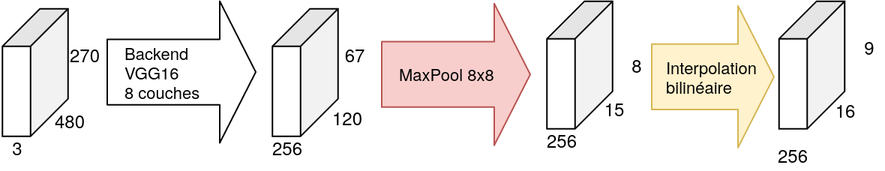
Earlier version of the draw.io export rapport/images/Architecture_Vgg16BackendAutoencoder.png (mamaheux/CuriousNetwork). Source tidied: cells renumbered, new cells last; positions are measured from the earlier drawing's top-left corner, leaving out a move shared by most shapes. The source it was exported from:
```xml
<mxGraphModel>
  <root>
    <mxCell id="0" />
    <mxCell id="1" parent="0" />
    <mxCell id="2" value="&lt;div&gt;Backend&lt;/div&gt;&lt;div&gt;VGG16&lt;br&gt;8 couches&lt;br&gt;&lt;/div&gt;" style="shape=flexArrow;endArrow=classic;html=1;width=43.61111111111111;endSize=7.666666666666667;endWidth=49.83024691358025;labelPosition=left;verticalLabelPosition=middle;align=left;verticalAlign=middle;labelBackgroundColor=none;" parent="1" edge="1">
      <mxGeometry x="-0.8" relative="1" as="geometry">
        <mxPoint x="90.5" y="26.5" as="sourcePoint" />
        <mxPoint x="190.5" y="26.5" as="targetPoint" />
      </mxGeometry>
    </mxCell>
    <mxCell id="3" style="shape=cube;whiteSpace=wrap;html=1;boundedLbl=1;backgroundOutline=1;darkOpacity=0.05;darkOpacity2=0.1;size=25;rotation=90;" parent="1" vertex="1">
      <mxGeometry x="0.5" y="5" width="85" height="43.8" as="geometry" />
    </mxCell>
    <mxCell id="4" value="&lt;div&gt;3&lt;/div&gt;" style="text;html=1;align=center;verticalAlign=middle;" parent="1" vertex="1">
      <mxGeometry x="20.5" y="66.9" width="20" height="20" as="geometry" />
    </mxCell>
    <mxCell id="5" value="480" style="text;html=1;align=center;verticalAlign=middle;" parent="1" vertex="1">
      <mxGeometry x="45.5" y="48.8" width="40" height="20" as="geometry" />
    </mxCell>
    <mxCell id="6" value="270" style="text;html=1;align=center;verticalAlign=middle;" parent="1" vertex="1">
      <mxGeometry x="55.5" y="5" width="40" height="20" as="geometry" />
    </mxCell>
    <mxCell id="7" style="shape=cube;whiteSpace=wrap;html=1;boundedLbl=1;backgroundOutline=1;darkOpacity=0.05;darkOpacity2=0.1;size=25;rotation=90;" parent="1" vertex="1">
      <mxGeometry x="180.5" y="5" width="85" height="43.8" as="geometry" />
    </mxCell>
    <mxCell id="8" value="256" style="text;html=1;align=center;verticalAlign=middle;" parent="1" vertex="1">
      <mxGeometry x="190.5" y="66.9" width="40" height="20" as="geometry" />
    </mxCell>
    <mxCell id="9" value="120" style="text;html=1;align=center;verticalAlign=middle;" parent="1" vertex="1">
      <mxGeometry x="230.5" y="46.9" width="40" height="20" as="geometry" />
    </mxCell>
    <mxCell id="10" value="67" style="text;html=1;align=center;verticalAlign=middle;" parent="1" vertex="1">
      <mxGeometry x="240.5" y="5" width="30" height="20" as="geometry" />
    </mxCell>
    <mxCell id="11" value="MaxPool 8x8" style="shape=flexArrow;endArrow=classic;html=1;width=43.61111111111111;endSize=7.666666666666667;endWidth=49.83024691358025;labelPosition=left;verticalLabelPosition=middle;align=left;verticalAlign=middle;fillColor=#f8cecc;strokeColor=#b85450;labelBackgroundColor=none;" parent="1" edge="1">
      <mxGeometry x="-0.8" relative="1" as="geometry">
        <mxPoint x="273.5" y="28.1" as="sourcePoint" />
        <mxPoint x="373.5" y="28.1" as="targetPoint" />
      </mxGeometry>
    </mxCell>
    <mxCell id="12" style="shape=cube;whiteSpace=wrap;html=1;boundedLbl=1;backgroundOutline=1;darkOpacity=0.05;darkOpacity2=0.1;size=25;rotation=90;" parent="1" vertex="1">
      <mxGeometry x="363.5" width="85" height="43.8" as="geometry" />
    </mxCell>
    <mxCell id="13" value="256" style="text;html=1;align=center;verticalAlign=middle;" parent="1" vertex="1">
      <mxGeometry x="373.5" y="61.9" width="40" height="20" as="geometry" />
    </mxCell>
    <mxCell id="14" value="15" style="text;html=1;align=center;verticalAlign=middle;" parent="1" vertex="1">
      <mxGeometry x="413.5" y="40.6" width="30" height="20" as="geometry" />
    </mxCell>
    <mxCell id="15" value="8" style="text;html=1;align=center;verticalAlign=middle;" parent="1" vertex="1">
      <mxGeometry x="433.5" y="11.9" width="20" height="20" as="geometry" />
    </mxCell>
    <mxCell id="16" style="shape=cube;whiteSpace=wrap;html=1;boundedLbl=1;backgroundOutline=1;darkOpacity=0.05;darkOpacity2=0.1;size=25;rotation=90;" parent="1" vertex="1">
      <mxGeometry x="518.2" width="85" height="43.8" as="geometry" />
    </mxCell>
    <mxCell id="17" value="256" style="text;html=1;align=center;verticalAlign=middle;" parent="1" vertex="1">
      <mxGeometry x="528.2" y="71.6" width="40" height="20" as="geometry" />
    </mxCell>
    <mxCell id="18" value="Interpolation&lt;br&gt;bilinéaire" style="shape=flexArrow;endArrow=classic;html=1;width=43.61111111111111;endSize=7.666666666666667;endWidth=49.83024691358025;labelPosition=left;verticalLabelPosition=middle;align=left;verticalAlign=middle;fillColor=#fff2cc;strokeColor=#d6b656;labelBackgroundColor=none;" parent="1" edge="1">
      <mxGeometry x="-0.8" relative="1" as="geometry">
        <mxPoint x="453.5" y="29.7" as="sourcePoint" />
        <mxPoint x="536" y="29.7" as="targetPoint" />
      </mxGeometry>
    </mxCell>
    <mxCell id="19" value="9" style="text;html=1;align=center;verticalAlign=middle;" parent="1" vertex="1">
      <mxGeometry x="588.8" width="20" height="20" as="geometry" />
    </mxCell>
    <mxCell id="20" value="16" style="text;html=1;align=center;verticalAlign=middle;" parent="1" vertex="1">
      <mxGeometry x="568.2" y="41.9" width="30" height="20" as="geometry" />
    </mxCell>
  </root>
</mxGraphModel>
```
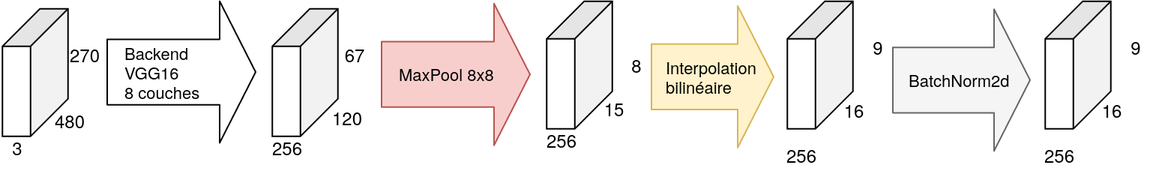
The same diagram one commit later.

Change to the diagram source:
```diff
@@ -51,10 +51,10 @@
       <mxGeometry x="433.5" y="11.9" width="20" height="20" as="geometry" />
     </mxCell>
     <mxCell id="16" style="shape=cube;whiteSpace=wrap;html=1;boundedLbl=1;backgroundOutline=1;darkOpacity=0.05;darkOpacity2=0.1;size=25;rotation=90;" parent="1" vertex="1">
-      <mxGeometry x="518.2" width="85" height="43.8" as="geometry" />
+      <mxGeometry x="524" width="85" height="43.8" as="geometry" />
     </mxCell>
     <mxCell id="17" value="256" style="text;html=1;align=center;verticalAlign=middle;" parent="1" vertex="1">
-      <mxGeometry x="528.2" y="71.6" width="40" height="20" as="geometry" />
+      <mxGeometry x="534.2" y="71.6" width="40" height="20" as="geometry" />
     </mxCell>
     <mxCell id="18" value="Interpolation&lt;br&gt;bilinéaire" style="shape=flexArrow;endArrow=classic;html=1;width=43.61111111111111;endSize=7.666666666666667;endWidth=49.83024691358025;labelPosition=left;verticalLabelPosition=middle;align=left;verticalAlign=middle;fillColor=#fff2cc;strokeColor=#d6b656;labelBackgroundColor=none;" parent="1" edge="1">
       <mxGeometry x="-0.8" relative="1" as="geometry">
@@ -63,10 +63,28 @@
       </mxGeometry>
     </mxCell>
     <mxCell id="19" value="9" style="text;html=1;align=center;verticalAlign=middle;" parent="1" vertex="1">
-      <mxGeometry x="588.8" width="20" height="20" as="geometry" />
+      <mxGeometry x="594.5" width="20" height="20" as="geometry" />
     </mxCell>
     <mxCell id="20" value="16" style="text;html=1;align=center;verticalAlign=middle;" parent="1" vertex="1">
-      <mxGeometry x="568.2" y="41.9" width="30" height="20" as="geometry" />
+      <mxGeometry x="574" y="41.9" width="30" height="20" as="geometry" />
     </mxCell>
+    <mxCell id="21" value="BatchNorm2d" style="shape=flexArrow;endArrow=classic;html=1;width=43.61111111111111;endSize=7.666666666666667;endWidth=49.83024691358025;labelPosition=left;verticalLabelPosition=middle;align=left;verticalAlign=middle;fillColor=#f5f5f5;strokeColor=#666666;labelBackgroundColor=none;" parent="1" edge="1">
+      <mxGeometry x="-0.8" relative="1" as="geometry">
+        <mxPoint x="614.5" y="31.9" as="sourcePoint" />
+        <mxPoint x="707" y="31.9" as="targetPoint" />
+      </mxGeometry>
+    </mxCell>
+    <mxCell id="22" style="shape=cube;whiteSpace=wrap;html=1;boundedLbl=1;backgroundOutline=1;darkOpacity=0.05;darkOpacity2=0.1;size=25;rotation=90;" parent="1" vertex="1">
+      <mxGeometry x="696" width="85" height="43.8" as="geometry" />
+    </mxCell>
+    <mxCell id="23" value="256" style="text;html=1;align=center;verticalAlign=middle;" parent="1" vertex="1">
+      <mxGeometry x="706.2" y="71.6" width="40" height="20" as="geometry" />
+    </mxCell>
+    <mxCell id="24" value="9" style="text;html=1;align=center;verticalAlign=middle;" parent="1" vertex="1">
+      <mxGeometry x="766.5" width="20" height="20" as="geometry" />
+    </mxCell>
+    <mxCell id="25" value="16" style="text;html=1;align=center;verticalAlign=middle;" parent="1" vertex="1">
+      <mxGeometry x="746" y="41.9" width="30" height="20" as="geometry" />
+    </mxCell>
   </root>
 </mxGraphModel>
```
